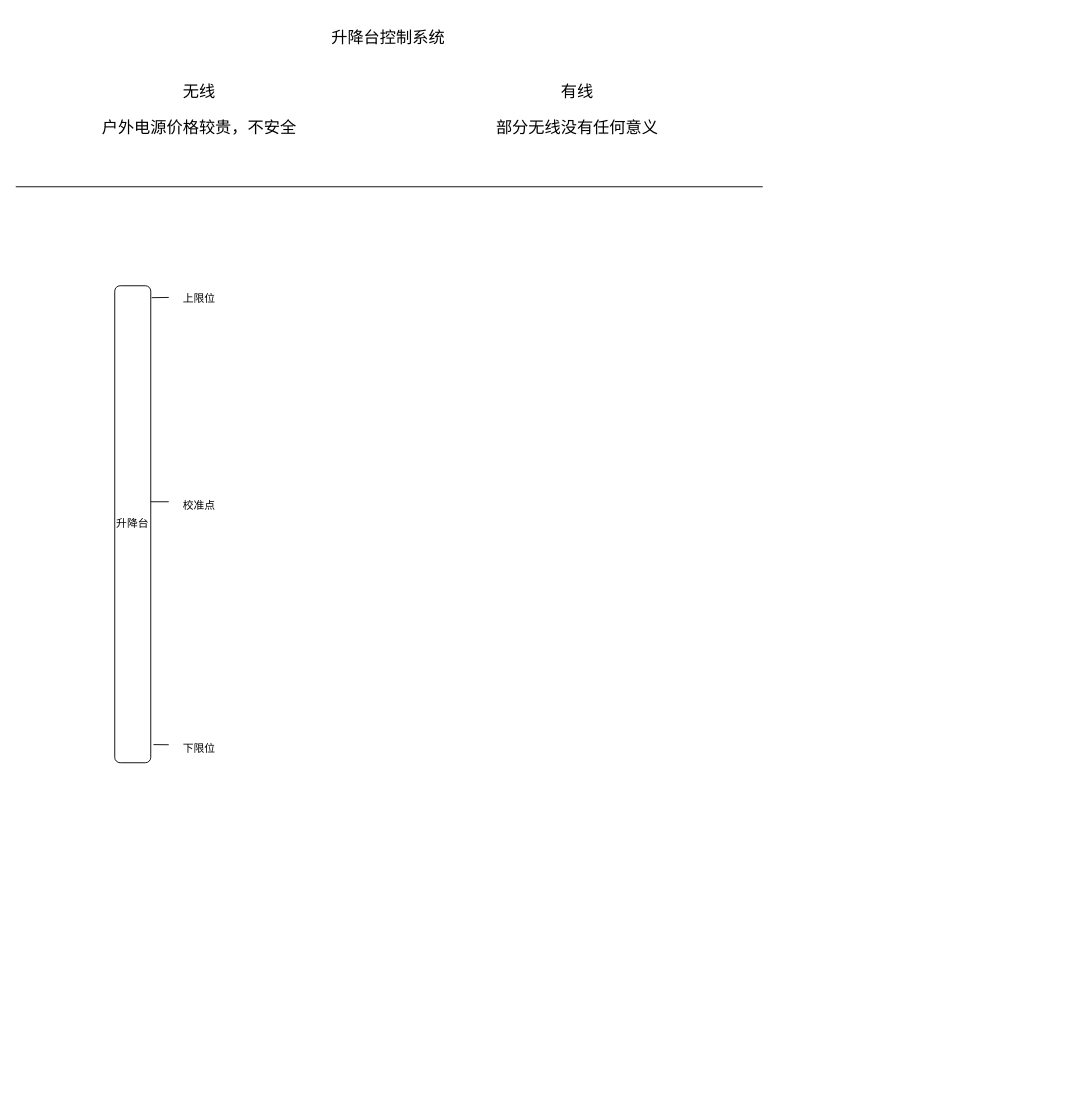
wxydejoy/pan keeps this draw.io diagram as Untitled Diagram.drawio. Above is the earlier version. Source tidied: cells renumbered, new cells numbered last; positions are measured from the earlier drawing's top-left corner, leaving out a move shared by most shapes. Both pictures are drawn from the tidied source at 90%, with x=0, y=0 at pixel (15, 15).
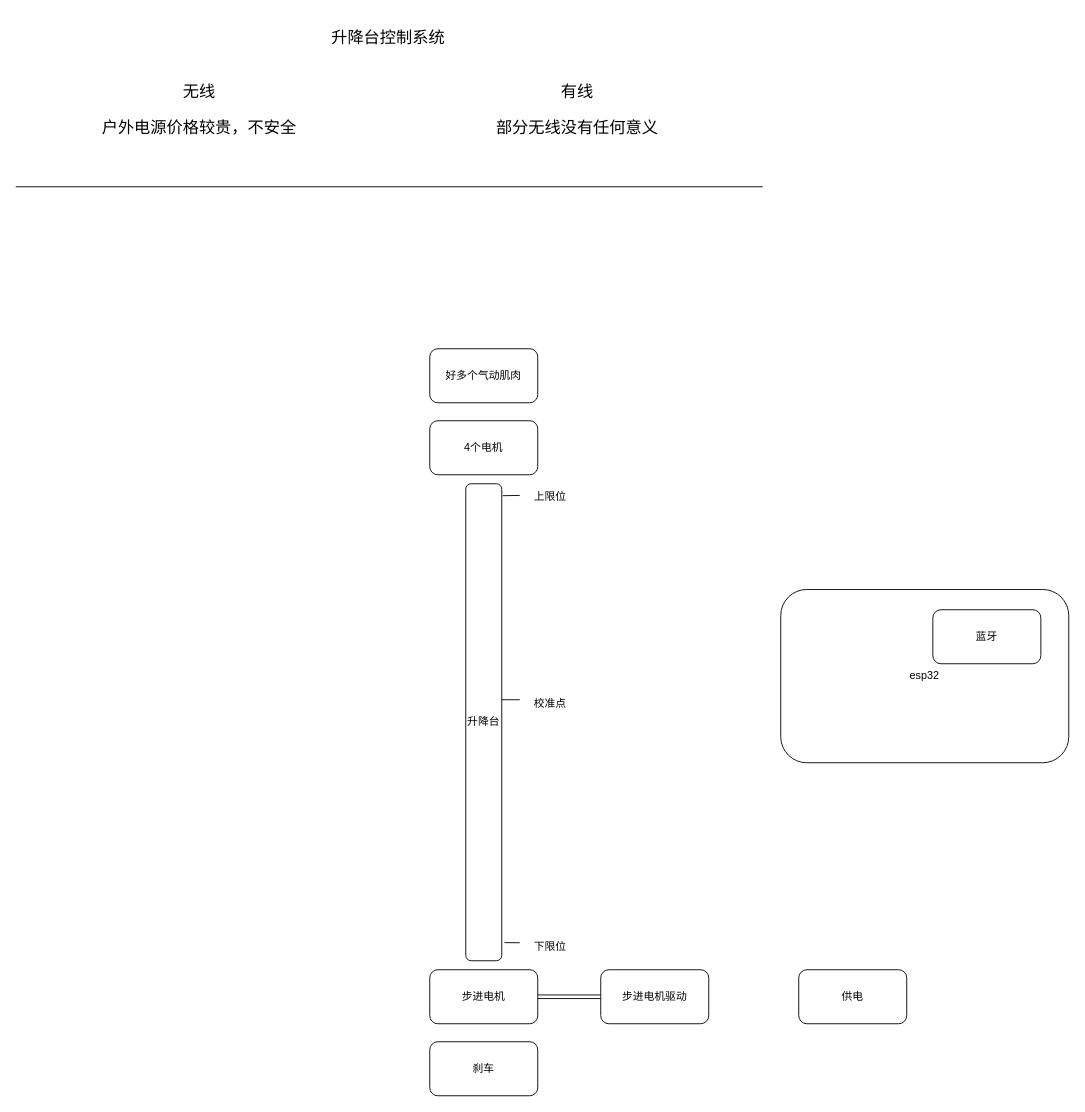
After the change.

Diff of the diagram source:
```diff
@@
     <mxCell id="8" value="升降台" style="rounded=1;whiteSpace=wrap;html=1;" parent="1" vertex="1">
-      <mxGeometry x="110" y="300" width="40" height="530" as="geometry" />
+      <mxGeometry x="500" y="520" width="40" height="530" as="geometry" />
     </mxCell>
     <mxCell id="9" style="endArrow=none;html=1;rounded=0;fontFamily=Helvetica;exitX=1.025;exitY=0.025;exitDx=0;exitDy=0;exitPerimeter=0;" parent="1" edge="1" source="8">
       <mxGeometry relative="1" as="geometry">
-        <mxPoint x="170" y="313" as="targetPoint" />
+        <mxPoint x="560" y="533" as="targetPoint" />
       </mxGeometry>
     </mxCell>
     <mxCell id="10" style="endArrow=none;html=1;rounded=0;fontFamily=Helvetica;exitX=1.075;exitY=0.962;exitDx=0;exitDy=0;exitPerimeter=0;" parent="1" edge="1" source="8">
       <mxGeometry relative="1" as="geometry">
-        <mxPoint x="170" y="810" as="targetPoint" />
+        <mxPoint x="560" y="1030" as="targetPoint" />
       </mxGeometry>
     </mxCell>
     <mxCell id="11" value="上限位&lt;br&gt;" style="text;html=1;strokeColor=none;fillColor=none;align=center;verticalAlign=middle;whiteSpace=wrap;rounded=0;fontFamily=Helvetica;" parent="1" vertex="1">
-      <mxGeometry x="174" y="300" width="60" height="30" as="geometry" />
+      <mxGeometry x="564" y="520" width="60" height="30" as="geometry" />
     </mxCell>
     <mxCell id="12" value="下限位&lt;br&gt;" style="text;html=1;strokeColor=none;fillColor=none;align=center;verticalAlign=middle;whiteSpace=wrap;rounded=0;fontFamily=Helvetica;" parent="1" vertex="1">
-      <mxGeometry x="174" y="800" width="60" height="30" as="geometry" />
+      <mxGeometry x="564" y="1020" width="60" height="30" as="geometry" />
     </mxCell>
     <mxCell id="13" style="endArrow=none;html=1;rounded=0;fontFamily=Helvetica;" parent="1" edge="1">
       <mxGeometry relative="1" as="geometry">
-        <mxPoint x="150" y="540" as="sourcePoint" />
-        <mxPoint x="170" y="540" as="targetPoint" />
+        <mxPoint x="540" y="760" as="sourcePoint" />
+        <mxPoint x="560" y="760" as="targetPoint" />
       </mxGeometry>
     </mxCell>
     <mxCell id="14" value="校准点" style="text;html=1;strokeColor=none;fillColor=none;align=center;verticalAlign=middle;whiteSpace=wrap;rounded=0;fontFamily=Helvetica;" parent="1" vertex="1">
-      <mxGeometry x="174" y="530" width="60" height="30" as="geometry" />
+      <mxGeometry x="564" y="750" width="60" height="30" as="geometry" />
     </mxCell>
+    <mxCell id="15" value="esp32&lt;br&gt;" style="rounded=1;whiteSpace=wrap;html=1;fontFamily=Helvetica;" parent="1" vertex="1">
+      <mxGeometry x="850" y="637.5" width="320" height="192.5" as="geometry" />
+    </mxCell>
+    <mxCell id="16" style="edgeStyle=orthogonalEdgeStyle;rounded=0;jettySize=auto;html=1;fontFamily=Helvetica;shape=link;" parent="1" edge="1" source="17" target="19">
+      <mxGeometry relative="1" as="geometry" />
+    </mxCell>
+    <mxCell id="17" value="步进电机" style="rounded=1;whiteSpace=wrap;html=1;fontFamily=Helvetica;" parent="1" vertex="1">
+      <mxGeometry x="460" y="1060" width="120" height="60" as="geometry" />
+    </mxCell>
+    <mxCell id="18" value="刹车" style="rounded=1;whiteSpace=wrap;html=1;fontFamily=Helvetica;" parent="1" vertex="1">
+      <mxGeometry x="460" y="1140" width="120" height="60" as="geometry" />
+    </mxCell>
+    <mxCell id="19" value="步进电机驱动" style="rounded=1;whiteSpace=wrap;html=1;fontFamily=Helvetica;" parent="1" vertex="1">
+      <mxGeometry x="650" y="1060" width="120" height="60" as="geometry" />
+    </mxCell>
+    <mxCell id="20" value="蓝牙" style="rounded=1;whiteSpace=wrap;html=1;fontFamily=Helvetica;" parent="1" vertex="1">
+      <mxGeometry x="1019" y="660" width="120" height="60" as="geometry" />
+    </mxCell>
+    <mxCell id="21" value="供电" style="rounded=1;whiteSpace=wrap;html=1;fontFamily=Helvetica;" parent="1" vertex="1">
+      <mxGeometry x="870" y="1060" width="120" height="60" as="geometry" />
+    </mxCell>
+    <mxCell id="22" value="4个电机" style="rounded=1;whiteSpace=wrap;html=1;fontFamily=Helvetica;" parent="1" vertex="1">
+      <mxGeometry x="460" y="450" width="120" height="60" as="geometry" />
+    </mxCell>
+    <mxCell id="23" value="好多个气动肌肉" style="rounded=1;whiteSpace=wrap;html=1;fontFamily=Helvetica;" parent="1" vertex="1">
+      <mxGeometry x="460" y="370" width="120" height="60" as="geometry" />
+    </mxCell>
```
